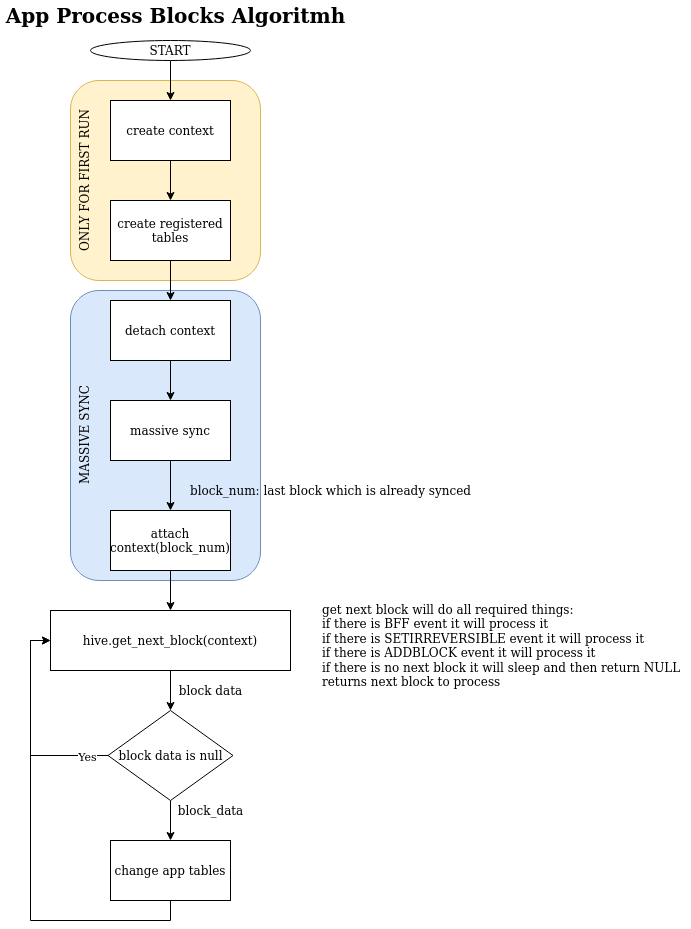
This is src/hive_fork/doc/evq_app_process_block.png from openhive-network/HAfAH, a draw.io export, as it was before one commit. Source tidied: cells renumbered, new cells last; positions are measured from the earlier drawing's top-left corner, leaving out a move shared by most shapes. Source of this version:
```xml
<mxGraphModel>
  <root>
    <mxCell id="0" />
    <mxCell id="1" parent="0" />
    <mxCell id="2" value="MASSIVE SYNC" style="rounded=1;html=1;fontSize=12;align=center;fillColor=#dae8fc;strokeColor=#6c8ebf;horizontal=0;verticalAlign=top;" parent="1" vertex="1">
      <mxGeometry x="70" y="290" width="190" height="290" as="geometry" />
    </mxCell>
    <mxCell id="3" value="ONLY FOR FIRST RUN" style="rounded=1;whiteSpace=wrap;html=1;fillColor=#fff2cc;strokeColor=#d6b656;verticalAlign=top;horizontal=0;" parent="1" vertex="1">
      <mxGeometry x="70" y="80" width="190" height="200" as="geometry" />
    </mxCell>
    <mxCell id="4" style="edgeStyle=orthogonalEdgeStyle;rounded=0;jettySize=auto;html=1;exitX=0.5;exitY=1;exitDx=0;exitDy=0;" parent="1" edge="1" source="5" target="7">
      <mxGeometry relative="1" as="geometry" />
    </mxCell>
    <mxCell id="5" value="START" style="ellipse;whiteSpace=wrap;html=1;" parent="1" vertex="1">
      <mxGeometry x="90" y="40" width="160" height="20" as="geometry" />
    </mxCell>
    <mxCell id="6" style="edgeStyle=orthogonalEdgeStyle;rounded=0;jettySize=auto;html=1;exitX=0.5;exitY=1;exitDx=0;exitDy=0;entryX=0.5;entryY=0;entryDx=0;entryDy=0;" parent="1" edge="1" source="7" target="9">
      <mxGeometry relative="1" as="geometry" />
    </mxCell>
    <mxCell id="7" value="create context" style="rounded=0;whiteSpace=wrap;html=1;" parent="1" vertex="1">
      <mxGeometry x="110" y="100" width="120" height="60" as="geometry" />
    </mxCell>
    <mxCell id="8" style="edgeStyle=orthogonalEdgeStyle;rounded=0;jettySize=auto;html=1;exitX=0.5;exitY=1;exitDx=0;exitDy=0;entryX=0.5;entryY=0;entryDx=0;entryDy=0;" parent="1" edge="1" source="9" target="11">
      <mxGeometry relative="1" as="geometry" />
    </mxCell>
    <mxCell id="9" value="create registered tables" style="rounded=0;whiteSpace=wrap;html=1;" parent="1" vertex="1">
      <mxGeometry x="110" y="200" width="120" height="60" as="geometry" />
    </mxCell>
    <mxCell id="10" style="edgeStyle=orthogonalEdgeStyle;rounded=0;jettySize=auto;html=1;exitX=0.5;exitY=1;exitDx=0;exitDy=0;entryX=0.5;entryY=0;entryDx=0;entryDy=0;" parent="1" edge="1" source="11" target="13">
      <mxGeometry relative="1" as="geometry" />
    </mxCell>
    <mxCell id="11" value="detach context" style="rounded=0;whiteSpace=wrap;html=1;" parent="1" vertex="1">
      <mxGeometry x="110" y="300" width="120" height="60" as="geometry" />
    </mxCell>
    <mxCell id="12" style="edgeStyle=orthogonalEdgeStyle;rounded=0;jettySize=auto;html=1;exitX=0.5;exitY=1;exitDx=0;exitDy=0;entryX=0.5;entryY=0;entryDx=0;entryDy=0;" parent="1" edge="1" source="13" target="15">
      <mxGeometry relative="1" as="geometry" />
    </mxCell>
    <mxCell id="13" value="massive sync" style="rounded=0;whiteSpace=wrap;html=1;" parent="1" vertex="1">
      <mxGeometry x="110" y="400" width="120" height="60" as="geometry" />
    </mxCell>
    <mxCell id="14" style="edgeStyle=orthogonalEdgeStyle;rounded=0;jettySize=auto;html=1;exitX=0.5;exitY=1;exitDx=0;exitDy=0;" parent="1" edge="1" source="15" target="18">
      <mxGeometry relative="1" as="geometry" />
    </mxCell>
    <mxCell id="15" value="attach context(block_num)" style="rounded=0;whiteSpace=wrap;html=1;" parent="1" vertex="1">
      <mxGeometry x="110" y="510" width="120" height="60" as="geometry" />
    </mxCell>
    <mxCell id="16" value="block_num: last block which is already synced" style="text;html=1;align=center;verticalAlign=middle;strokeColor=none;" parent="1" vertex="1">
      <mxGeometry x="180" y="480" width="300" height="20" as="geometry" />
    </mxCell>
    <mxCell id="17" style="edgeStyle=orthogonalEdgeStyle;rounded=0;jettySize=auto;html=1;exitX=0.5;exitY=1;exitDx=0;exitDy=0;entryX=0.5;entryY=0;entryDx=0;entryDy=0;" parent="1" edge="1" source="18" target="22">
      <mxGeometry relative="1" as="geometry" />
    </mxCell>
    <mxCell id="18" value="hive.get_next_block(context)" style="rounded=0;whiteSpace=wrap;html=1;" parent="1" vertex="1">
      <mxGeometry x="50" y="610" width="240" height="60" as="geometry" />
    </mxCell>
    <mxCell id="19" style="edgeStyle=orthogonalEdgeStyle;rounded=0;jettySize=auto;html=1;exitX=0;exitY=0.5;exitDx=0;exitDy=0;entryX=0;entryY=0.5;entryDx=0;entryDy=0;" parent="1" edge="1" source="22" target="18">
      <mxGeometry relative="1" as="geometry" />
    </mxCell>
    <mxCell id="20" value="Yes" style="edgeLabel;html=1;align=center;verticalAlign=middle;" parent="19" vertex="1">
      <mxGeometry x="-0.8" y="3" relative="1" as="geometry">
        <mxPoint y="-3" as="offset" />
      </mxGeometry>
    </mxCell>
    <mxCell id="21" style="edgeStyle=orthogonalEdgeStyle;rounded=0;jettySize=auto;html=1;exitX=0.5;exitY=1;exitDx=0;exitDy=0;entryX=0.5;entryY=0;entryDx=0;entryDy=0;" parent="1" edge="1" source="22" target="25">
      <mxGeometry relative="1" as="geometry" />
    </mxCell>
    <mxCell id="22" value="block data is null " style="rhombus;whiteSpace=wrap;html=1;" parent="1" vertex="1">
      <mxGeometry x="107.5" y="710" width="125" height="90" as="geometry" />
    </mxCell>
    <mxCell id="23" value="block data" style="text;html=1;align=center;verticalAlign=middle;strokeColor=none;" parent="1" vertex="1">
      <mxGeometry x="170" y="680" width="80" height="20" as="geometry" />
    </mxCell>
    <mxCell id="24" style="edgeStyle=orthogonalEdgeStyle;rounded=0;jettySize=auto;html=1;exitX=0.5;exitY=1;exitDx=0;exitDy=0;entryX=0;entryY=0.5;entryDx=0;entryDy=0;" parent="1" edge="1" source="25" target="18">
      <mxGeometry relative="1" as="geometry" />
    </mxCell>
    <mxCell id="25" value="change app tables" style="rounded=0;whiteSpace=wrap;html=1;" parent="1" vertex="1">
      <mxGeometry x="110" y="840" width="120" height="60" as="geometry" />
    </mxCell>
    <mxCell id="26" value="block_data" style="text;html=1;align=center;verticalAlign=middle;strokeColor=none;" parent="1" vertex="1">
      <mxGeometry x="170" y="800" width="80" height="20" as="geometry" />
    </mxCell>
    <mxCell id="27" value="&lt;div&gt;get next block will do all required things:&lt;/div&gt;&lt;div&gt;if there is BFF event it will process it&lt;br&gt;&lt;/div&gt;&lt;div&gt;if there is SETIRREVERSIBLE event it will process it&lt;br&gt;&lt;/div&gt;&lt;div&gt;if there is ADDBLOCK event it will process it&lt;/div&gt;&lt;div&gt;&lt;div&gt;if there is no next block it will sleep and then return NULL&lt;/div&gt;&lt;div&gt;returns next block to process&lt;br&gt;&lt;/div&gt;&lt;/div&gt;" style="text;html=1;align=left;verticalAlign=middle;strokeColor=none;" parent="1" vertex="1">
      <mxGeometry x="320" y="600" width="370" height="90" as="geometry" />
    </mxCell>
    <mxCell id="28" value="App Process Blocks Algoritmh" style="text;html=1;align=center;verticalAlign=middle;strokeColor=none;fontStyle=1;fontSize=20;" parent="1" vertex="1">
      <mxGeometry width="350" height="30" as="geometry" />
    </mxCell>
  </root>
</mxGraphModel>
```
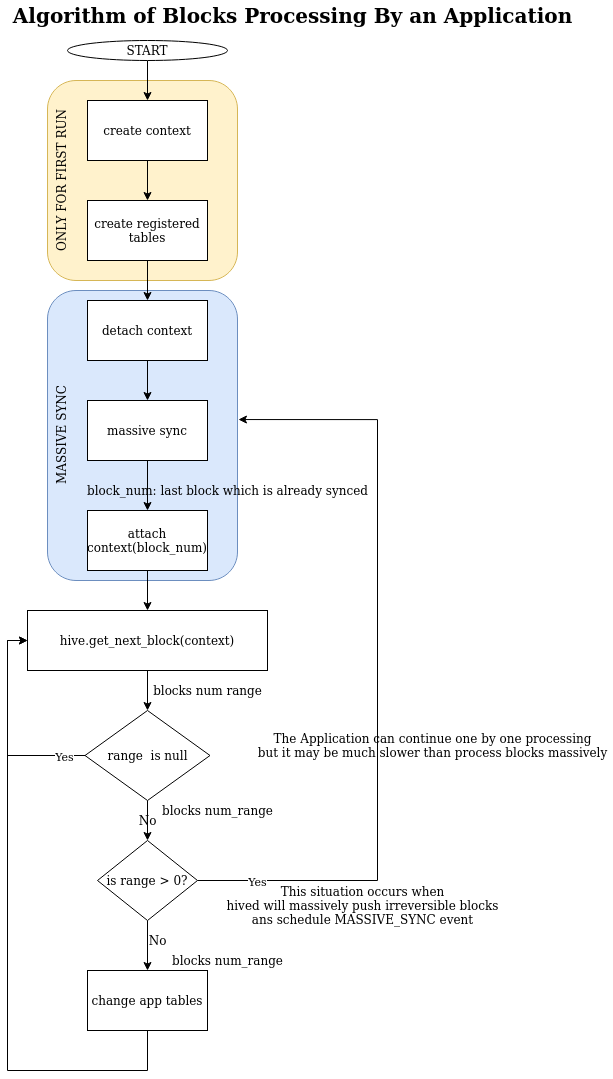
The same diagram one commit later.

Commit message:
MASSIVE_SYNC event: change doc and app_next_block interface

What changed in the source:
```diff
@@ -45,7 +45,7 @@
       <mxGeometry x="110" y="510" width="120" height="60" as="geometry" />
     </mxCell>
     <mxCell id="16" value="block_num: last block which is already synced" style="text;html=1;align=center;verticalAlign=middle;strokeColor=none;" parent="1" vertex="1">
-      <mxGeometry x="180" y="480" width="300" height="20" as="geometry" />
+      <mxGeometry x="100" y="480" width="300" height="20" as="geometry" />
     </mxCell>
     <mxCell id="17" style="edgeStyle=orthogonalEdgeStyle;rounded=0;jettySize=auto;html=1;exitX=0.5;exitY=1;exitDx=0;exitDy=0;entryX=0.5;entryY=0;entryDx=0;entryDy=0;" parent="1" edge="1" source="18" target="22">
       <mxGeometry relative="1" as="geometry" />
@@ -61,29 +61,64 @@
         <mxPoint y="-3" as="offset" />
       </mxGeometry>
     </mxCell>
-    <mxCell id="21" style="edgeStyle=orthogonalEdgeStyle;rounded=0;jettySize=auto;html=1;exitX=0.5;exitY=1;exitDx=0;exitDy=0;entryX=0.5;entryY=0;entryDx=0;entryDy=0;" parent="1" edge="1" source="22" target="25">
-      <mxGeometry relative="1" as="geometry" />
-    </mxCell>
+    <mxCell id="29" style="edgeStyle=orthogonalEdgeStyle;rounded=0;jettySize=auto;html=1;exitX=0.5;exitY=1;exitDx=0;exitDy=0;entryX=0.5;entryY=0;entryDx=0;entryDy=0;" parent="1" edge="1" source="22" target="33">
+      <mxGeometry relative="1" as="geometry" />
+    </mxCell>
-    <mxCell id="22" value="block data is null " style="rhombus;whiteSpace=wrap;html=1;" parent="1" vertex="1">
+    <mxCell id="22" value="range&amp;nbsp; is null " style="rhombus;whiteSpace=wrap;html=1;" parent="1" vertex="1">
       <mxGeometry x="107.5" y="710" width="125" height="90" as="geometry" />
     </mxCell>
-    <mxCell id="23" value="block data" style="text;html=1;align=center;verticalAlign=middle;strokeColor=none;" parent="1" vertex="1">
-      <mxGeometry x="170" y="680" width="80" height="20" as="geometry" />
+    <mxCell id="23" value="blocks num range" style="text;html=1;align=center;verticalAlign=middle;strokeColor=none;" parent="1" vertex="1">
+      <mxGeometry x="170" y="680" width="120" height="20" as="geometry" />
     </mxCell>
     <mxCell id="24" style="edgeStyle=orthogonalEdgeStyle;rounded=0;jettySize=auto;html=1;exitX=0.5;exitY=1;exitDx=0;exitDy=0;entryX=0;entryY=0.5;entryDx=0;entryDy=0;" parent="1" edge="1" source="25" target="18">
-      <mxGeometry relative="1" as="geometry" />
+      <mxGeometry relative="1" as="geometry">
+        <Array as="points">
+          <mxPoint x="170" y="1070" />
+          <mxPoint x="30" y="1070" />
+          <mxPoint x="30" y="640" />
+        </Array>
+      </mxGeometry>
     </mxCell>
     <mxCell id="25" value="change app tables" style="rounded=0;whiteSpace=wrap;html=1;" parent="1" vertex="1">
-      <mxGeometry x="110" y="840" width="120" height="60" as="geometry" />
+      <mxGeometry x="110" y="970" width="120" height="60" as="geometry" />
     </mxCell>
-    <mxCell id="26" value="block_data" style="text;html=1;align=center;verticalAlign=middle;strokeColor=none;" parent="1" vertex="1">
-      <mxGeometry x="170" y="800" width="80" height="20" as="geometry" />
+    <mxCell id="26" value="blocks num_range" style="text;html=1;align=center;verticalAlign=middle;strokeColor=none;" parent="1" vertex="1">
+      <mxGeometry x="175" y="800" width="130" height="20" as="geometry" />
     </mxCell>
-    <mxCell id="27" value="&lt;div&gt;get next block will do all required things:&lt;/div&gt;&lt;div&gt;if there is BFF event it will process it&lt;br&gt;&lt;/div&gt;&lt;div&gt;if there is SETIRREVERSIBLE event it will process it&lt;br&gt;&lt;/div&gt;&lt;div&gt;if there is ADDBLOCK event it will process it&lt;/div&gt;&lt;div&gt;&lt;div&gt;if there is no next block it will sleep and then return NULL&lt;/div&gt;&lt;div&gt;returns next block to process&lt;br&gt;&lt;/div&gt;&lt;/div&gt;" style="text;html=1;align=left;verticalAlign=middle;strokeColor=none;" parent="1" vertex="1">
-      <mxGeometry x="320" y="600" width="370" height="90" as="geometry" />
-    </mxCell>
-    <mxCell id="28" value="App Process Blocks Algoritmh" style="text;html=1;align=center;verticalAlign=middle;strokeColor=none;fontStyle=1;fontSize=20;" parent="1" vertex="1">
-      <mxGeometry width="350" height="30" as="geometry" />
+    <mxCell id="28" value="Algorithm of Blocks Processing By an Application" style="text;html=1;align=center;verticalAlign=middle;strokeColor=none;fontStyle=1;fontSize=20;" parent="1" vertex="1">
+      <mxGeometry x="30" width="570" height="30" as="geometry" />
     </mxCell>
+    <mxCell id="30" style="edgeStyle=orthogonalEdgeStyle;rounded=0;jettySize=auto;html=1;exitX=0.5;exitY=1;exitDx=0;exitDy=0;entryX=0.5;entryY=0;entryDx=0;entryDy=0;" parent="1" edge="1" source="33" target="25">
+      <mxGeometry relative="1" as="geometry" />
+    </mxCell>
+    <mxCell id="31" style="edgeStyle=orthogonalEdgeStyle;rounded=0;jettySize=auto;html=1;exitX=1;exitY=0.5;exitDx=0;exitDy=0;entryX=1.005;entryY=0.445;entryDx=0;entryDy=0;entryPerimeter=0;" parent="1" edge="1" source="33" target="2">
+      <mxGeometry relative="1" as="geometry">
+        <Array as="points">
+          <mxPoint x="400" y="880" />
+          <mxPoint x="400" y="419" />
+        </Array>
+      </mxGeometry>
+    </mxCell>
+    <mxCell id="32" value="Yes" style="edgeLabel;html=1;align=center;verticalAlign=middle;" parent="31" vertex="1">
+      <mxGeometry x="-0.85" relative="1" as="geometry" />
+    </mxCell>
+    <mxCell id="33" value="is range &amp;gt; 0?" style="rhombus;whiteSpace=wrap;html=1;" parent="1" vertex="1">
+      <mxGeometry x="120" y="840" width="100" height="80" as="geometry" />
+    </mxCell>
+    <mxCell id="34" value="No" style="text;html=1;align=center;verticalAlign=middle;strokeColor=none;" parent="1" vertex="1">
+      <mxGeometry x="165" y="930" width="30" height="20" as="geometry" />
+    </mxCell>
+    <mxCell id="35" value="&lt;div&gt;The Application can continue one by one processing&lt;/div&gt;&lt;div&gt;but it may be much slower than process blocks massively&lt;br&gt;&lt;/div&gt;" style="text;html=1;align=center;verticalAlign=middle;strokeColor=none;" parent="1" vertex="1">
+      <mxGeometry x="275" y="730" width="360" height="30" as="geometry" />
+    </mxCell>
+    <mxCell id="36" value="No" style="text;html=1;align=center;verticalAlign=middle;strokeColor=none;" parent="1" vertex="1">
+      <mxGeometry x="155" y="810" width="30" height="20" as="geometry" />
+    </mxCell>
+    <mxCell id="37" value="blocks num_range" style="text;html=1;align=center;verticalAlign=middle;strokeColor=none;" parent="1" vertex="1">
+      <mxGeometry x="185" y="950" width="130" height="20" as="geometry" />
+    </mxCell>
+    <mxCell id="38" value="&lt;div&gt;This situation occurs when&lt;/div&gt;&lt;div&gt;hived will massively push irreversible blocks &lt;br&gt;&lt;/div&gt;&lt;div&gt;ans schedule MASSIVE_SYNC event&lt;br&gt;&lt;/div&gt;" style="text;html=1;align=center;verticalAlign=middle;strokeColor=none;" parent="1" vertex="1">
+      <mxGeometry x="240" y="880" width="290" height="50" as="geometry" />
+    </mxCell>
   </root>
 </mxGraphModel>
```
